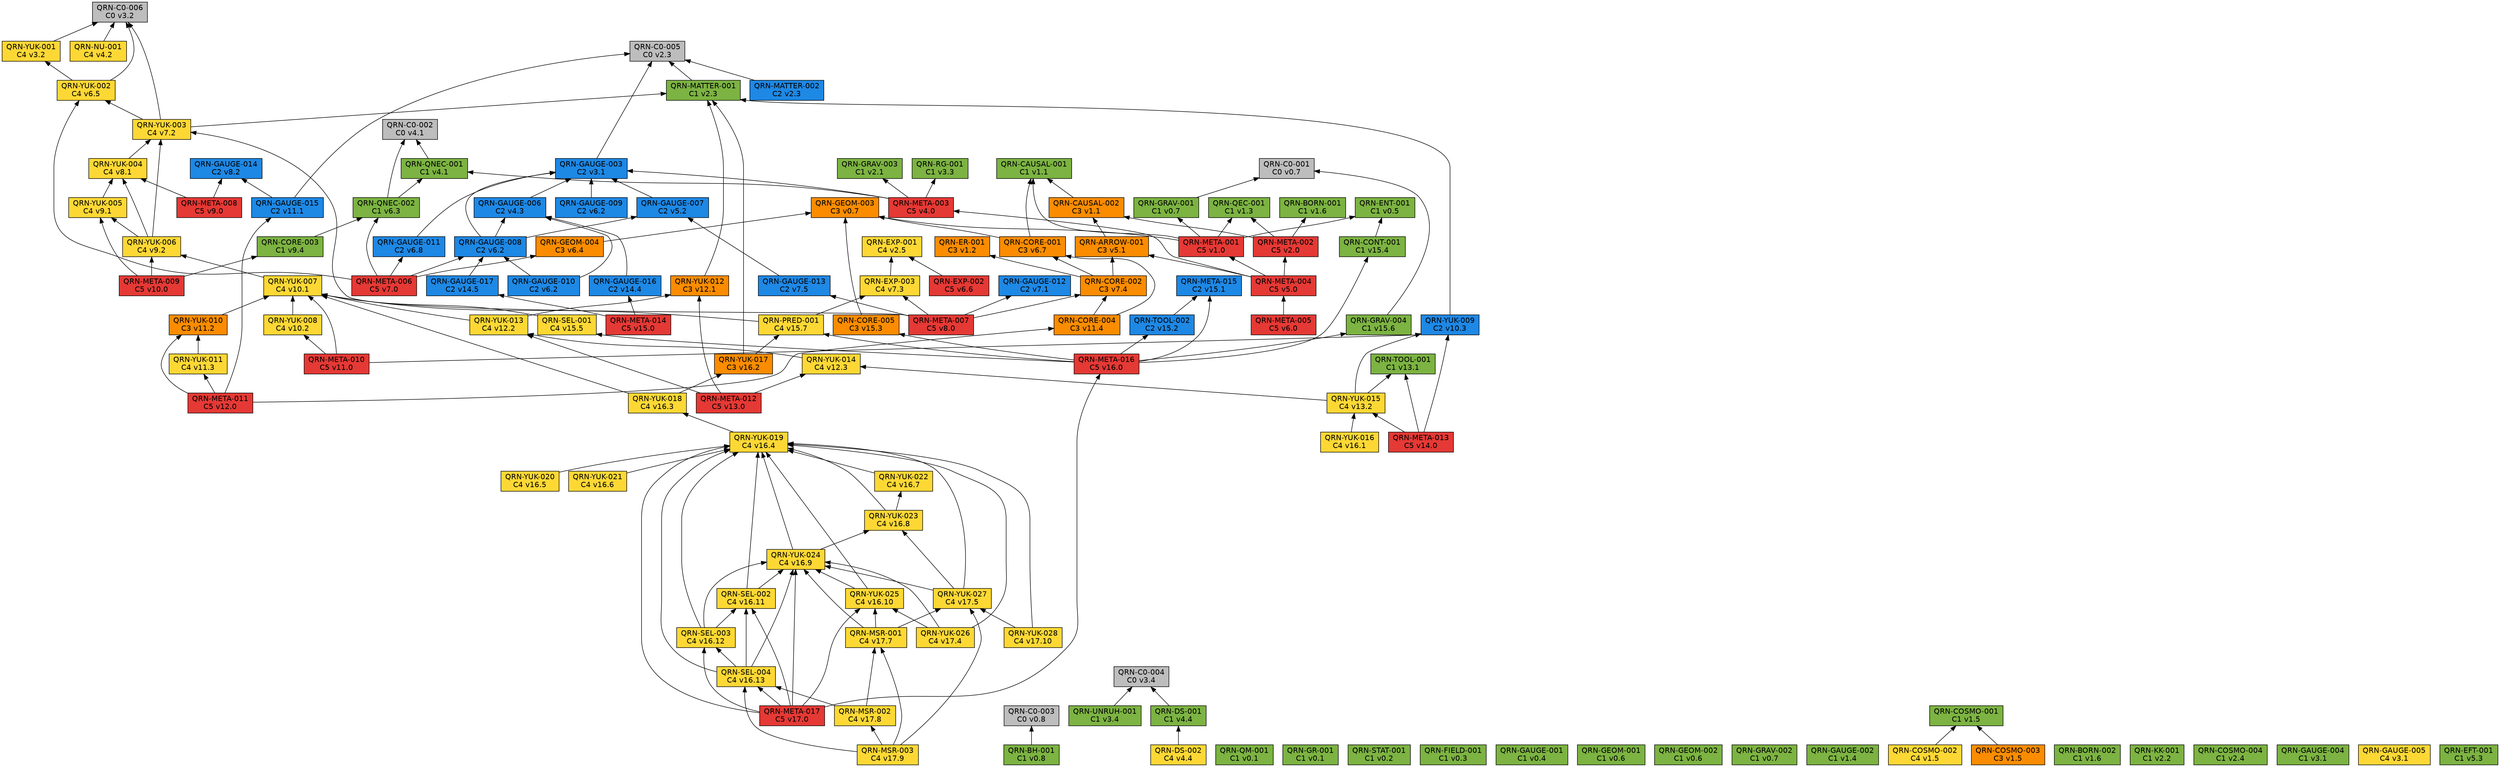
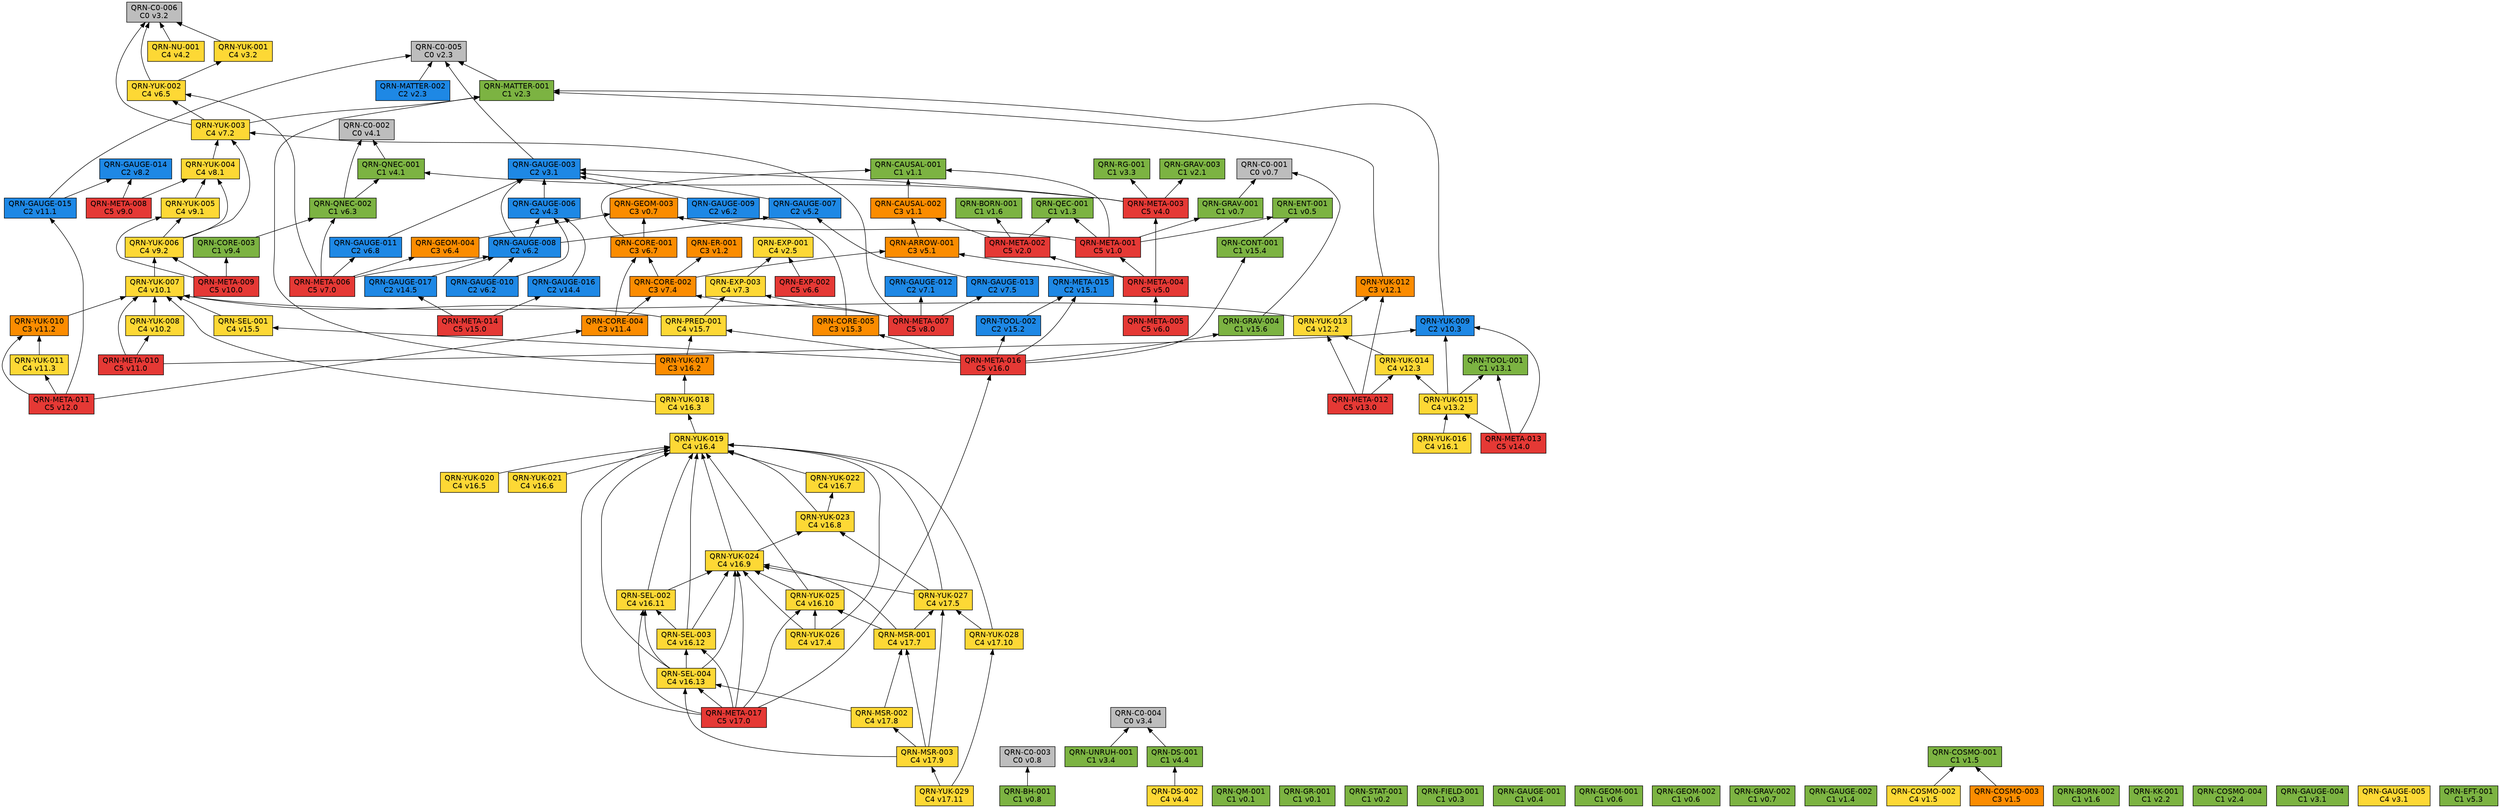
// 自動生成 (dag/report.pl) — QRN 主張依存グラフ
digraph qrn {
  rankdir=BT;
  node [shape=box, style=filled, fontname="Helvetica"];
  "QRN-C0-001" [fillcolor="#bdbdbd", label="QRN-C0-001\nC0 v0.7"];
  "QRN-C0-002" [fillcolor="#bdbdbd", label="QRN-C0-002\nC0 v4.1"];
  "QRN-C0-003" [fillcolor="#bdbdbd", label="QRN-C0-003\nC0 v0.8"];
  "QRN-C0-004" [fillcolor="#bdbdbd", label="QRN-C0-004\nC0 v3.4"];
  "QRN-C0-005" [fillcolor="#bdbdbd", label="QRN-C0-005\nC0 v2.3"];
  "QRN-C0-006" [fillcolor="#bdbdbd", label="QRN-C0-006\nC0 v3.2"];
  "QRN-QM-001" [fillcolor="#7cb342", label="QRN-QM-001\nC1 v0.1"];
  "QRN-GR-001" [fillcolor="#7cb342", label="QRN-GR-001\nC1 v0.1"];
  "QRN-STAT-001" [fillcolor="#7cb342", label="QRN-STAT-001\nC1 v0.2"];
  "QRN-FIELD-001" [fillcolor="#7cb342", label="QRN-FIELD-001\nC1 v0.3"];
  "QRN-GAUGE-001" [fillcolor="#7cb342", label="QRN-GAUGE-001\nC1 v0.4"];
  "QRN-ENT-001" [fillcolor="#7cb342", label="QRN-ENT-001\nC1 v0.5"];
  "QRN-GEOM-001" [fillcolor="#7cb342", label="QRN-GEOM-001\nC1 v0.6"];
  "QRN-GEOM-002" [fillcolor="#7cb342", label="QRN-GEOM-002\nC1 v0.6"];
  "QRN-GEOM-003" [fillcolor="#fb8c00", label="QRN-GEOM-003\nC3 v0.7"];
  "QRN-GRAV-001" [fillcolor="#7cb342", label="QRN-GRAV-001\nC1 v0.7"];
  "QRN-GRAV-002" [fillcolor="#7cb342", label="QRN-GRAV-002\nC1 v0.7"];
  "QRN-BH-001" [fillcolor="#7cb342", label="QRN-BH-001\nC1 v0.8"];
  "QRN-CAUSAL-001" [fillcolor="#7cb342", label="QRN-CAUSAL-001\nC1 v1.1"];
  "QRN-CAUSAL-002" [fillcolor="#fb8c00", label="QRN-CAUSAL-002\nC3 v1.1"];
  "QRN-ER-001" [fillcolor="#fb8c00", label="QRN-ER-001\nC3 v1.2"];
  "QRN-QEC-001" [fillcolor="#7cb342", label="QRN-QEC-001\nC1 v1.3"];
  "QRN-GAUGE-002" [fillcolor="#7cb342", label="QRN-GAUGE-002\nC1 v1.4"];
  "QRN-COSMO-001" [fillcolor="#7cb342", label="QRN-COSMO-001\nC1 v1.5"];
  "QRN-COSMO-002" [fillcolor="#fdd835", label="QRN-COSMO-002\nC4 v1.5"];
  "QRN-COSMO-003" [fillcolor="#fb8c00", label="QRN-COSMO-003\nC3 v1.5"];
  "QRN-BORN-001" [fillcolor="#7cb342", label="QRN-BORN-001\nC1 v1.6"];
  "QRN-BORN-002" [fillcolor="#7cb342", label="QRN-BORN-002\nC1 v1.6"];
  "QRN-GRAV-003" [fillcolor="#7cb342", label="QRN-GRAV-003\nC1 v2.1"];
  "QRN-KK-001" [fillcolor="#7cb342", label="QRN-KK-001\nC1 v2.2"];
  "QRN-MATTER-001" [fillcolor="#7cb342", label="QRN-MATTER-001\nC1 v2.3"];
  "QRN-MATTER-002" [fillcolor="#1e88e5", label="QRN-MATTER-002\nC2 v2.3"];
  "QRN-COSMO-004" [fillcolor="#7cb342", label="QRN-COSMO-004\nC1 v2.4"];
  "QRN-EXP-001" [fillcolor="#fdd835", label="QRN-EXP-001\nC4 v2.5"];
  "QRN-GAUGE-003" [fillcolor="#1e88e5", label="QRN-GAUGE-003\nC2 v3.1"];
  "QRN-GAUGE-004" [fillcolor="#7cb342", label="QRN-GAUGE-004\nC1 v3.1"];
  "QRN-GAUGE-005" [fillcolor="#fdd835", label="QRN-GAUGE-005\nC4 v3.1"];
  "QRN-YUK-001" [fillcolor="#fdd835", label="QRN-YUK-001\nC4 v3.2"];
  "QRN-RG-001" [fillcolor="#7cb342", label="QRN-RG-001\nC1 v3.3"];
  "QRN-UNRUH-001" [fillcolor="#7cb342", label="QRN-UNRUH-001\nC1 v3.4"];
  "QRN-QNEC-001" [fillcolor="#7cb342", label="QRN-QNEC-001\nC1 v4.1"];
  "QRN-NU-001" [fillcolor="#fdd835", label="QRN-NU-001\nC4 v4.2"];
  "QRN-GAUGE-006" [fillcolor="#1e88e5", label="QRN-GAUGE-006\nC2 v4.3"];
  "QRN-DS-001" [fillcolor="#7cb342", label="QRN-DS-001\nC1 v4.4"];
  "QRN-DS-002" [fillcolor="#fdd835", label="QRN-DS-002\nC4 v4.4"];
  "QRN-ARROW-001" [fillcolor="#fb8c00", label="QRN-ARROW-001\nC3 v5.1"];
  "QRN-GAUGE-007" [fillcolor="#1e88e5", label="QRN-GAUGE-007\nC2 v5.2"];
  "QRN-EFT-001" [fillcolor="#7cb342", label="QRN-EFT-001\nC1 v5.3"];
  "QRN-GAUGE-008" [fillcolor="#1e88e5", label="QRN-GAUGE-008\nC2 v6.2"];
  "QRN-GAUGE-009" [fillcolor="#1e88e5", label="QRN-GAUGE-009\nC2 v6.2"];
  "QRN-GAUGE-010" [fillcolor="#1e88e5", label="QRN-GAUGE-010\nC2 v6.2"];
  "QRN-QNEC-002" [fillcolor="#7cb342", label="QRN-QNEC-002\nC1 v6.3"];
  "QRN-GEOM-004" [fillcolor="#fb8c00", label="QRN-GEOM-004\nC3 v6.4"];
  "QRN-YUK-002" [fillcolor="#fdd835", label="QRN-YUK-002\nC4 v6.5"];
  "QRN-EXP-002" [fillcolor="#e53935", label="QRN-EXP-002\nC5 v6.6"];
  "QRN-CORE-001" [fillcolor="#fb8c00", label="QRN-CORE-001\nC3 v6.7"];
  "QRN-GAUGE-011" [fillcolor="#1e88e5", label="QRN-GAUGE-011\nC2 v6.8"];
  "QRN-GAUGE-012" [fillcolor="#1e88e5", label="QRN-GAUGE-012\nC2 v7.1"];
  "QRN-YUK-003" [fillcolor="#fdd835", label="QRN-YUK-003\nC4 v7.2"];
  "QRN-EXP-003" [fillcolor="#fdd835", label="QRN-EXP-003\nC4 v7.3"];
  "QRN-CORE-002" [fillcolor="#fb8c00", label="QRN-CORE-002\nC3 v7.4"];
  "QRN-GAUGE-013" [fillcolor="#1e88e5", label="QRN-GAUGE-013\nC2 v7.5"];
  "QRN-YUK-004" [fillcolor="#fdd835", label="QRN-YUK-004\nC4 v8.1"];
  "QRN-GAUGE-014" [fillcolor="#1e88e5", label="QRN-GAUGE-014\nC2 v8.2"];
  "QRN-META-001" [fillcolor="#e53935", label="QRN-META-001\nC5 v1.0"];
  "QRN-META-002" [fillcolor="#e53935", label="QRN-META-002\nC5 v2.0"];
  "QRN-META-003" [fillcolor="#e53935", label="QRN-META-003\nC5 v4.0"];
  "QRN-META-004" [fillcolor="#e53935", label="QRN-META-004\nC5 v5.0"];
  "QRN-META-005" [fillcolor="#e53935", label="QRN-META-005\nC5 v6.0"];
  "QRN-META-006" [fillcolor="#e53935", label="QRN-META-006\nC5 v7.0"];
  "QRN-META-007" [fillcolor="#e53935", label="QRN-META-007\nC5 v8.0"];
  "QRN-META-008" [fillcolor="#e53935", label="QRN-META-008\nC5 v9.0"];
  "QRN-YUK-005" [fillcolor="#fdd835", label="QRN-YUK-005\nC4 v9.1"];
  "QRN-YUK-006" [fillcolor="#fdd835", label="QRN-YUK-006\nC4 v9.2"];
  "QRN-CORE-003" [fillcolor="#7cb342", label="QRN-CORE-003\nC1 v9.4"];
  "QRN-META-009" [fillcolor="#e53935", label="QRN-META-009\nC5 v10.0"];
  "QRN-YUK-007" [fillcolor="#fdd835", label="QRN-YUK-007\nC4 v10.1"];
  "QRN-YUK-008" [fillcolor="#fdd835", label="QRN-YUK-008\nC4 v10.2"];
  "QRN-YUK-009" [fillcolor="#1e88e5", label="QRN-YUK-009\nC2 v10.3"];
  "QRN-META-010" [fillcolor="#e53935", label="QRN-META-010\nC5 v11.0"];
  "QRN-GAUGE-015" [fillcolor="#1e88e5", label="QRN-GAUGE-015\nC2 v11.1"];
  "QRN-YUK-010" [fillcolor="#fb8c00", label="QRN-YUK-010\nC3 v11.2"];
  "QRN-YUK-011" [fillcolor="#fdd835", label="QRN-YUK-011\nC4 v11.3"];
  "QRN-CORE-004" [fillcolor="#fb8c00", label="QRN-CORE-004\nC3 v11.4"];
  "QRN-META-011" [fillcolor="#e53935", label="QRN-META-011\nC5 v12.0"];
  "QRN-YUK-012" [fillcolor="#fb8c00", label="QRN-YUK-012\nC3 v12.1"];
  "QRN-YUK-013" [fillcolor="#fdd835", label="QRN-YUK-013\nC4 v12.2"];
  "QRN-YUK-014" [fillcolor="#fdd835", label="QRN-YUK-014\nC4 v12.3"];
  "QRN-META-012" [fillcolor="#e53935", label="QRN-META-012\nC5 v13.0"];
  "QRN-TOOL-001" [fillcolor="#7cb342", label="QRN-TOOL-001\nC1 v13.1"];
  "QRN-YUK-015" [fillcolor="#fdd835", label="QRN-YUK-015\nC4 v13.2"];
  "QRN-META-013" [fillcolor="#e53935", label="QRN-META-013\nC5 v14.0"];
  "QRN-GAUGE-016" [fillcolor="#1e88e5", label="QRN-GAUGE-016\nC2 v14.4"];
  "QRN-GAUGE-017" [fillcolor="#1e88e5", label="QRN-GAUGE-017\nC2 v14.5"];
  "QRN-META-014" [fillcolor="#e53935", label="QRN-META-014\nC5 v15.0"];
  "QRN-META-015" [fillcolor="#1e88e5", label="QRN-META-015\nC2 v15.1"];
  "QRN-TOOL-002" [fillcolor="#1e88e5", label="QRN-TOOL-002\nC2 v15.2"];
  "QRN-CORE-005" [fillcolor="#fb8c00", label="QRN-CORE-005\nC3 v15.3"];
  "QRN-CONT-001" [fillcolor="#7cb342", label="QRN-CONT-001\nC1 v15.4"];
  "QRN-SEL-001" [fillcolor="#fdd835", label="QRN-SEL-001\nC4 v15.5"];
  "QRN-GRAV-004" [fillcolor="#7cb342", label="QRN-GRAV-004\nC1 v15.6"];
  "QRN-PRED-001" [fillcolor="#fdd835", label="QRN-PRED-001\nC4 v15.7"];
  "QRN-META-016" [fillcolor="#e53935", label="QRN-META-016\nC5 v16.0"];
  "QRN-YUK-016" [fillcolor="#fdd835", label="QRN-YUK-016\nC4 v16.1"];
  "QRN-YUK-017" [fillcolor="#fb8c00", label="QRN-YUK-017\nC3 v16.2"];
  "QRN-YUK-018" [fillcolor="#fdd835", label="QRN-YUK-018\nC4 v16.3"];
  "QRN-YUK-019" [fillcolor="#fdd835", label="QRN-YUK-019\nC4 v16.4"];
  "QRN-YUK-020" [fillcolor="#fdd835", label="QRN-YUK-020\nC4 v16.5"];
  "QRN-YUK-021" [fillcolor="#fdd835", label="QRN-YUK-021\nC4 v16.6"];
  "QRN-YUK-022" [fillcolor="#fdd835", label="QRN-YUK-022\nC4 v16.7"];
  "QRN-YUK-023" [fillcolor="#fdd835", label="QRN-YUK-023\nC4 v16.8"];
  "QRN-YUK-024" [fillcolor="#fdd835", label="QRN-YUK-024\nC4 v16.9"];
  "QRN-YUK-025" [fillcolor="#fdd835", label="QRN-YUK-025\nC4 v16.10"];
  "QRN-SEL-002" [fillcolor="#fdd835", label="QRN-SEL-002\nC4 v16.11"];
  "QRN-SEL-003" [fillcolor="#fdd835", label="QRN-SEL-003\nC4 v16.12"];
  "QRN-SEL-004" [fillcolor="#fdd835", label="QRN-SEL-004\nC4 v16.13"];
  "QRN-META-017" [fillcolor="#e53935", label="QRN-META-017\nC5 v17.0"];
  "QRN-YUK-026" [fillcolor="#fdd835", label="QRN-YUK-026\nC4 v17.4"];
  "QRN-YUK-027" [fillcolor="#fdd835", label="QRN-YUK-027\nC4 v17.5"];
  "QRN-MSR-001" [fillcolor="#fdd835", label="QRN-MSR-001\nC4 v17.7"];
  "QRN-MSR-002" [fillcolor="#fdd835", label="QRN-MSR-002\nC4 v17.8"];
  "QRN-MSR-003" [fillcolor="#fdd835", label="QRN-MSR-003\nC4 v17.9"];
  "QRN-YUK-028" [fillcolor="#fdd835", label="QRN-YUK-028\nC4 v17.10"];
+   "QRN-YUK-029" [fillcolor="#fdd835", label="QRN-YUK-029\nC4 v17.11"];
  "QRN-GRAV-001" -> "QRN-C0-001";
  "QRN-BH-001" -> "QRN-C0-003";
  "QRN-CAUSAL-002" -> "QRN-CAUSAL-001";
  "QRN-COSMO-002" -> "QRN-COSMO-001";
  "QRN-COSMO-003" -> "QRN-COSMO-001";
  "QRN-MATTER-001" -> "QRN-C0-005";
  "QRN-MATTER-002" -> "QRN-C0-005";
  "QRN-GAUGE-003" -> "QRN-C0-005";
  "QRN-YUK-001" -> "QRN-C0-006";
  "QRN-UNRUH-001" -> "QRN-C0-004";
  "QRN-QNEC-001" -> "QRN-C0-002";
  "QRN-NU-001" -> "QRN-C0-006";
  "QRN-GAUGE-006" -> "QRN-GAUGE-003";
  "QRN-DS-001" -> "QRN-C0-004";
  "QRN-DS-002" -> "QRN-DS-001";
  "QRN-ARROW-001" -> "QRN-CAUSAL-002";
  "QRN-GAUGE-007" -> "QRN-GAUGE-003";
  "QRN-GAUGE-008" -> "QRN-GAUGE-003";
  "QRN-GAUGE-008" -> "QRN-GAUGE-006";
  "QRN-GAUGE-008" -> "QRN-GAUGE-007";
  "QRN-GAUGE-009" -> "QRN-GAUGE-003";
  "QRN-GAUGE-010" -> "QRN-GAUGE-006";
  "QRN-GAUGE-010" -> "QRN-GAUGE-008";
  "QRN-QNEC-002" -> "QRN-C0-002";
  "QRN-QNEC-002" -> "QRN-QNEC-001";
  "QRN-GEOM-004" -> "QRN-GEOM-003";
  "QRN-YUK-002" -> "QRN-C0-006";
  "QRN-YUK-002" -> "QRN-YUK-001";
  "QRN-EXP-002" -> "QRN-EXP-001";
  "QRN-CORE-001" -> "QRN-GEOM-003";
  "QRN-CORE-001" -> "QRN-CAUSAL-001";
  "QRN-GAUGE-011" -> "QRN-GAUGE-003";
  "QRN-YUK-003" -> "QRN-C0-006";
  "QRN-YUK-003" -> "QRN-MATTER-001";
  "QRN-YUK-003" -> "QRN-YUK-002";
  "QRN-EXP-003" -> "QRN-EXP-001";
  "QRN-CORE-002" -> "QRN-CORE-001";
  "QRN-CORE-002" -> "QRN-ER-001";
  "QRN-CORE-002" -> "QRN-ARROW-001";
  "QRN-GAUGE-013" -> "QRN-GAUGE-007";
  "QRN-YUK-004" -> "QRN-YUK-003";
  "QRN-META-001" -> "QRN-GEOM-003";
  "QRN-META-001" -> "QRN-GRAV-001";
  "QRN-META-001" -> "QRN-CAUSAL-001";
  "QRN-META-001" -> "QRN-QEC-001";
  "QRN-META-001" -> "QRN-ENT-001";
  "QRN-META-002" -> "QRN-QEC-001";
  "QRN-META-002" -> "QRN-BORN-001";
  "QRN-META-002" -> "QRN-CAUSAL-002";
  "QRN-META-003" -> "QRN-GAUGE-003";
  "QRN-META-003" -> "QRN-RG-001";
  "QRN-META-003" -> "QRN-QNEC-001";
  "QRN-META-003" -> "QRN-GRAV-003";
  "QRN-META-004" -> "QRN-META-001";
  "QRN-META-004" -> "QRN-META-002";
  "QRN-META-004" -> "QRN-META-003";
  "QRN-META-004" -> "QRN-ARROW-001";
  "QRN-META-005" -> "QRN-META-004";
  "QRN-META-006" -> "QRN-GAUGE-008";
  "QRN-META-006" -> "QRN-QNEC-002";
  "QRN-META-006" -> "QRN-GEOM-004";
  "QRN-META-006" -> "QRN-YUK-002";
  "QRN-META-006" -> "QRN-GAUGE-011";
  "QRN-META-007" -> "QRN-GAUGE-012";
  "QRN-META-007" -> "QRN-YUK-003";
  "QRN-META-007" -> "QRN-EXP-003";
  "QRN-META-007" -> "QRN-CORE-002";
  "QRN-META-007" -> "QRN-GAUGE-013";
  "QRN-META-008" -> "QRN-YUK-004";
  "QRN-META-008" -> "QRN-GAUGE-014";
  "QRN-YUK-005" -> "QRN-YUK-004";
  "QRN-YUK-006" -> "QRN-YUK-003";
  "QRN-YUK-006" -> "QRN-YUK-004";
  "QRN-YUK-006" -> "QRN-YUK-005";
  "QRN-CORE-003" -> "QRN-QNEC-002";
  "QRN-META-009" -> "QRN-YUK-005";
  "QRN-META-009" -> "QRN-YUK-006";
  "QRN-META-009" -> "QRN-CORE-003";
  "QRN-YUK-007" -> "QRN-YUK-006";
  "QRN-YUK-008" -> "QRN-YUK-007";
  "QRN-YUK-009" -> "QRN-MATTER-001";
  "QRN-META-010" -> "QRN-YUK-007";
  "QRN-META-010" -> "QRN-YUK-008";
  "QRN-META-010" -> "QRN-YUK-009";
  "QRN-GAUGE-015" -> "QRN-C0-005";
  "QRN-GAUGE-015" -> "QRN-GAUGE-014";
  "QRN-YUK-010" -> "QRN-YUK-007";
  "QRN-YUK-011" -> "QRN-YUK-010";
  "QRN-CORE-004" -> "QRN-CORE-001";
  "QRN-CORE-004" -> "QRN-CORE-002";
  "QRN-META-011" -> "QRN-GAUGE-015";
  "QRN-META-011" -> "QRN-YUK-010";
  "QRN-META-011" -> "QRN-YUK-011";
  "QRN-META-011" -> "QRN-CORE-004";
  "QRN-YUK-012" -> "QRN-MATTER-001";
  "QRN-YUK-013" -> "QRN-YUK-012";
  "QRN-YUK-013" -> "QRN-YUK-007";
  "QRN-YUK-014" -> "QRN-YUK-013";
  "QRN-META-012" -> "QRN-YUK-012";
  "QRN-META-012" -> "QRN-YUK-013";
  "QRN-META-012" -> "QRN-YUK-014";
  "QRN-YUK-015" -> "QRN-YUK-014";
  "QRN-YUK-015" -> "QRN-TOOL-001";
  "QRN-YUK-015" -> "QRN-YUK-009";
  "QRN-META-013" -> "QRN-YUK-015";
  "QRN-META-013" -> "QRN-TOOL-001";
  "QRN-META-013" -> "QRN-YUK-009";
  "QRN-GAUGE-016" -> "QRN-GAUGE-006";
  "QRN-GAUGE-017" -> "QRN-GAUGE-008";
  "QRN-META-014" -> "QRN-GAUGE-016";
  "QRN-META-014" -> "QRN-GAUGE-017";
  "QRN-TOOL-002" -> "QRN-META-015";
  "QRN-CORE-005" -> "QRN-GEOM-003";
  "QRN-CONT-001" -> "QRN-ENT-001";
  "QRN-SEL-001" -> "QRN-YUK-007";
  "QRN-GRAV-004" -> "QRN-C0-001";
  "QRN-PRED-001" -> "QRN-YUK-007";
  "QRN-PRED-001" -> "QRN-EXP-003";
  "QRN-META-016" -> "QRN-META-015";
  "QRN-META-016" -> "QRN-TOOL-002";
  "QRN-META-016" -> "QRN-CORE-005";
  "QRN-META-016" -> "QRN-CONT-001";
  "QRN-META-016" -> "QRN-SEL-001";
  "QRN-META-016" -> "QRN-GRAV-004";
  "QRN-META-016" -> "QRN-PRED-001";
  "QRN-YUK-016" -> "QRN-YUK-015";
  "QRN-YUK-017" -> "QRN-MATTER-001";
  "QRN-YUK-017" -> "QRN-PRED-001";
  "QRN-YUK-018" -> "QRN-YUK-017";
  "QRN-YUK-018" -> "QRN-YUK-007";
  "QRN-YUK-019" -> "QRN-YUK-018";
  "QRN-YUK-020" -> "QRN-YUK-019";
  "QRN-YUK-021" -> "QRN-YUK-019";
  "QRN-YUK-022" -> "QRN-YUK-019";
  "QRN-YUK-023" -> "QRN-YUK-019";
  "QRN-YUK-023" -> "QRN-YUK-022";
  "QRN-YUK-024" -> "QRN-YUK-019";
  "QRN-YUK-024" -> "QRN-YUK-023";
  "QRN-YUK-025" -> "QRN-YUK-019";
  "QRN-YUK-025" -> "QRN-YUK-024";
  "QRN-SEL-002" -> "QRN-YUK-019";
  "QRN-SEL-002" -> "QRN-YUK-024";
  "QRN-SEL-003" -> "QRN-YUK-019";
  "QRN-SEL-003" -> "QRN-YUK-024";
  "QRN-SEL-003" -> "QRN-SEL-002";
  "QRN-SEL-004" -> "QRN-YUK-019";
  "QRN-SEL-004" -> "QRN-YUK-024";
  "QRN-SEL-004" -> "QRN-SEL-002";
  "QRN-SEL-004" -> "QRN-SEL-003";
  "QRN-META-017" -> "QRN-META-016";
  "QRN-META-017" -> "QRN-YUK-019";
  "QRN-META-017" -> "QRN-YUK-024";
  "QRN-META-017" -> "QRN-YUK-025";
  "QRN-META-017" -> "QRN-SEL-002";
  "QRN-META-017" -> "QRN-SEL-003";
  "QRN-META-017" -> "QRN-SEL-004";
  "QRN-YUK-026" -> "QRN-YUK-019";
  "QRN-YUK-026" -> "QRN-YUK-024";
  "QRN-YUK-026" -> "QRN-YUK-025";
  "QRN-YUK-027" -> "QRN-YUK-019";
  "QRN-YUK-027" -> "QRN-YUK-023";
  "QRN-YUK-027" -> "QRN-YUK-024";
  "QRN-MSR-001" -> "QRN-YUK-024";
  "QRN-MSR-001" -> "QRN-YUK-025";
  "QRN-MSR-001" -> "QRN-YUK-027";
  "QRN-MSR-002" -> "QRN-SEL-004";
  "QRN-MSR-002" -> "QRN-MSR-001";
  "QRN-MSR-003" -> "QRN-MSR-001";
  "QRN-MSR-003" -> "QRN-MSR-002";
  "QRN-MSR-003" -> "QRN-SEL-004";
  "QRN-MSR-003" -> "QRN-YUK-027";
  "QRN-YUK-028" -> "QRN-YUK-019";
  "QRN-YUK-028" -> "QRN-YUK-027";
+   "QRN-YUK-029" -> "QRN-YUK-028";
+   "QRN-YUK-029" -> "QRN-MSR-003";
}
